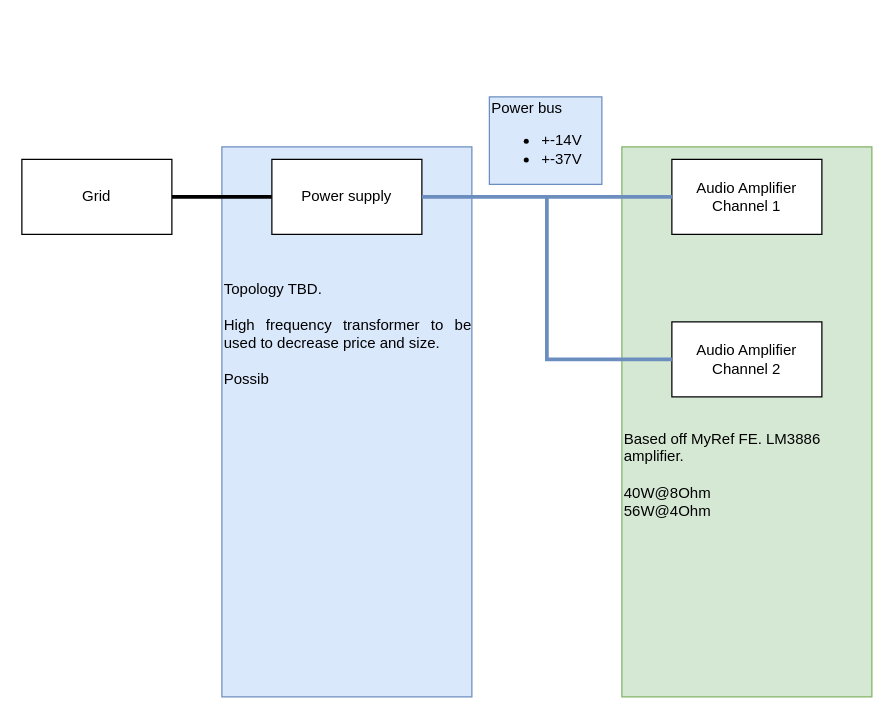
murgui/AudioAmpli keeps this draw.io diagram as Architecture/SystemArchitecture.drawio. Above is the earlier version. Source tidied: cells renumbered, new cells numbered last; positions are measured from the earlier drawing's top-left corner, leaving out a move shared by most shapes. Both pictures are drawn from the tidied source at 125%, with x=0, y=0 at pixel (21, 96).
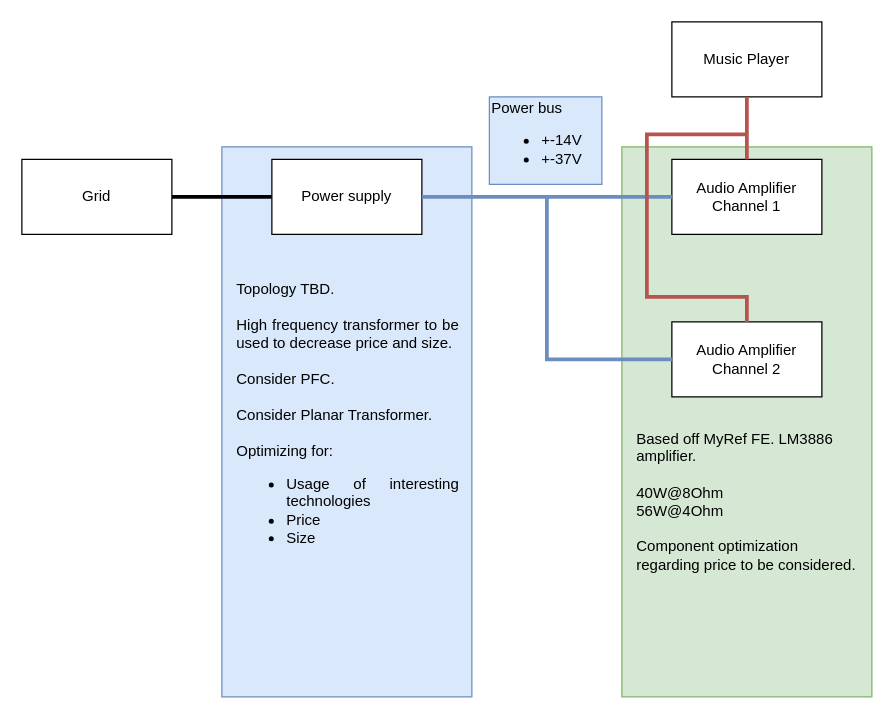
The same page after the edit.

The change refers to these unchanged cells:
```xml
<mxCell id="6" value="Audio Amplifier Channel 1" style="whiteSpace=wrap;html=1;rounded=0;" parent="1" vertex="1">
  <mxGeometry x="520" y="50" width="120" height="60" as="geometry" />
</mxCell>
<mxCell id="8" value="&lt;div&gt;Audio Amplifier Channel 2&lt;/div&gt;" style="whiteSpace=wrap;html=1;rounded=0;" parent="1" vertex="1">
  <mxGeometry x="520" y="180" width="120" height="60" as="geometry" />
</mxCell>
```

What changed in the source:
```diff
@@
-    <mxCell id="12" value="&lt;div&gt;Based off MyRef FE. LM3886 amplifier.&lt;/div&gt;&lt;div&gt;&lt;br&gt;&lt;/div&gt;&lt;div&gt;40W@8Ohm&lt;/div&gt;&lt;div&gt;56W@4Ohm&lt;/div&gt;&lt;div&gt;&lt;br&gt;&lt;/div&gt;" style="text;html=1;strokeColor=none;fillColor=none;align=left;verticalAlign=top;whiteSpace=wrap;rounded=0;" parent="1" vertex="1">
-      <mxGeometry x="480" y="260" width="200" height="220" as="geometry" />
+    <mxCell id="12" value="&lt;div&gt;Based off MyRef FE. LM3886 amplifier.&lt;/div&gt;&lt;div&gt;&lt;br&gt;&lt;/div&gt;&lt;div&gt;40W@8Ohm&lt;/div&gt;&lt;div&gt;56W@4Ohm&lt;/div&gt;&lt;div&gt;&lt;br&gt;&lt;/div&gt;&lt;div&gt;Component optimization regarding price to be considered.&lt;br&gt;&lt;/div&gt;" style="text;html=1;strokeColor=none;fillColor=none;align=left;verticalAlign=top;whiteSpace=wrap;rounded=0;" parent="1" vertex="1">
+      <mxGeometry x="490" y="260" width="180" height="220" as="geometry" />
     </mxCell>
-    <mxCell id="13" value="&lt;div align=&quot;justify&quot;&gt;Topology TBD.&lt;/div&gt;&lt;div align=&quot;justify&quot;&gt;&lt;br&gt;&lt;/div&gt;&lt;div align=&quot;justify&quot;&gt;High frequency transformer to be used to decrease price and size.&lt;/div&gt;&lt;div align=&quot;justify&quot;&gt;&lt;br&gt;&lt;/div&gt;&lt;div align=&quot;justify&quot;&gt;Possib&lt;br&gt;&lt;/div&gt;&lt;div&gt;&lt;br&gt;&lt;/div&gt;&lt;div&gt;&lt;br&gt;&lt;/div&gt;" style="text;html=1;strokeColor=none;fillColor=none;align=left;verticalAlign=top;whiteSpace=wrap;rounded=0;" parent="1" vertex="1">
-      <mxGeometry x="160" y="140" width="200" height="220" as="geometry" />
+    <mxCell id="13" value="&lt;div align=&quot;justify&quot;&gt;Topology TBD.&lt;/div&gt;&lt;div align=&quot;justify&quot;&gt;&lt;br&gt;&lt;/div&gt;&lt;div align=&quot;justify&quot;&gt;High frequency transformer to be used to decrease price and size.&lt;/div&gt;&lt;div align=&quot;justify&quot;&gt;&lt;br&gt;&lt;/div&gt;&lt;div align=&quot;justify&quot;&gt;Consider PFC.&lt;/div&gt;&lt;div align=&quot;justify&quot;&gt;&lt;br&gt;&lt;/div&gt;&lt;div align=&quot;justify&quot;&gt;Consider Planar Transformer.&lt;/div&gt;&lt;div align=&quot;justify&quot;&gt;&lt;br&gt;&lt;/div&gt;&lt;div align=&quot;justify&quot;&gt;Optimizing for:&lt;/div&gt;&lt;div align=&quot;justify&quot;&gt;&lt;ul&gt;&lt;li&gt;Usage of interesting technologies&lt;/li&gt;&lt;li&gt;Price&lt;/li&gt;&lt;li&gt;Size&lt;/li&gt;&lt;/ul&gt;&lt;/div&gt;&lt;div&gt;&lt;br&gt;&lt;/div&gt;&lt;div&gt;&lt;br&gt;&lt;/div&gt;" style="text;html=1;strokeColor=none;fillColor=none;align=left;verticalAlign=top;whiteSpace=wrap;rounded=0;" parent="1" vertex="1">
+      <mxGeometry x="170" y="140" width="180" height="330" as="geometry" />
     </mxCell>
+    <mxCell id="14" value="Music Player" style="whiteSpace=wrap;html=1;rounded=0;" parent="1" vertex="1">
+      <mxGeometry x="520" y="-60" width="120" height="60" as="geometry" />
+    </mxCell>
+    <mxCell id="15" style="endArrow=none;html=1;rounded=0;exitX=0.5;exitY=0;exitDx=0;exitDy=0;entryX=0.5;entryY=1;entryDx=0;entryDy=0;fillColor=#f8cecc;strokeColor=#b85450;strokeWidth=3;" parent="1" edge="1" source="6" target="14">
+      <mxGeometry relative="1" as="geometry" />
+    </mxCell>
+    <mxCell id="16" style="endArrow=none;html=1;rounded=0;fillColor=#f8cecc;strokeColor=#b85450;strokeWidth=3;" parent="1" edge="1" source="8">
+      <mxGeometry relative="1" as="geometry">
+        <mxPoint x="580" y="30" as="targetPoint" />
+        <Array as="points">
+          <mxPoint x="580" y="160" />
+          <mxPoint x="500" y="160" />
+          <mxPoint x="500" y="30" />
+        </Array>
+      </mxGeometry>
+    </mxCell>
```
